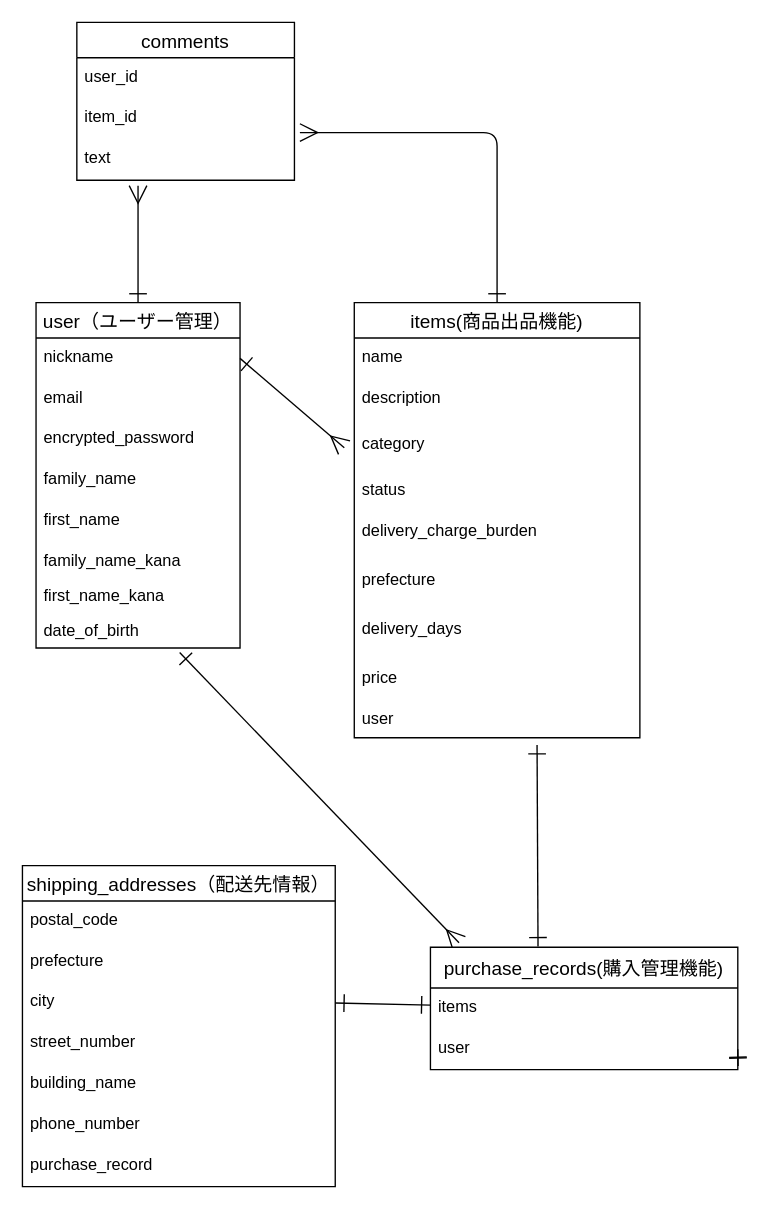
Above: datebase.dio in miho0434/furima-38262 (draw.io), before the change. Source tidied: cells renumbered, new cells numbered last; positions are measured from the earlier drawing's top-left corner, leaving out a move shared by most shapes. Both pictures are drawn from the tidied source at 136%, with x=0, y=0 at pixel (22, 22).
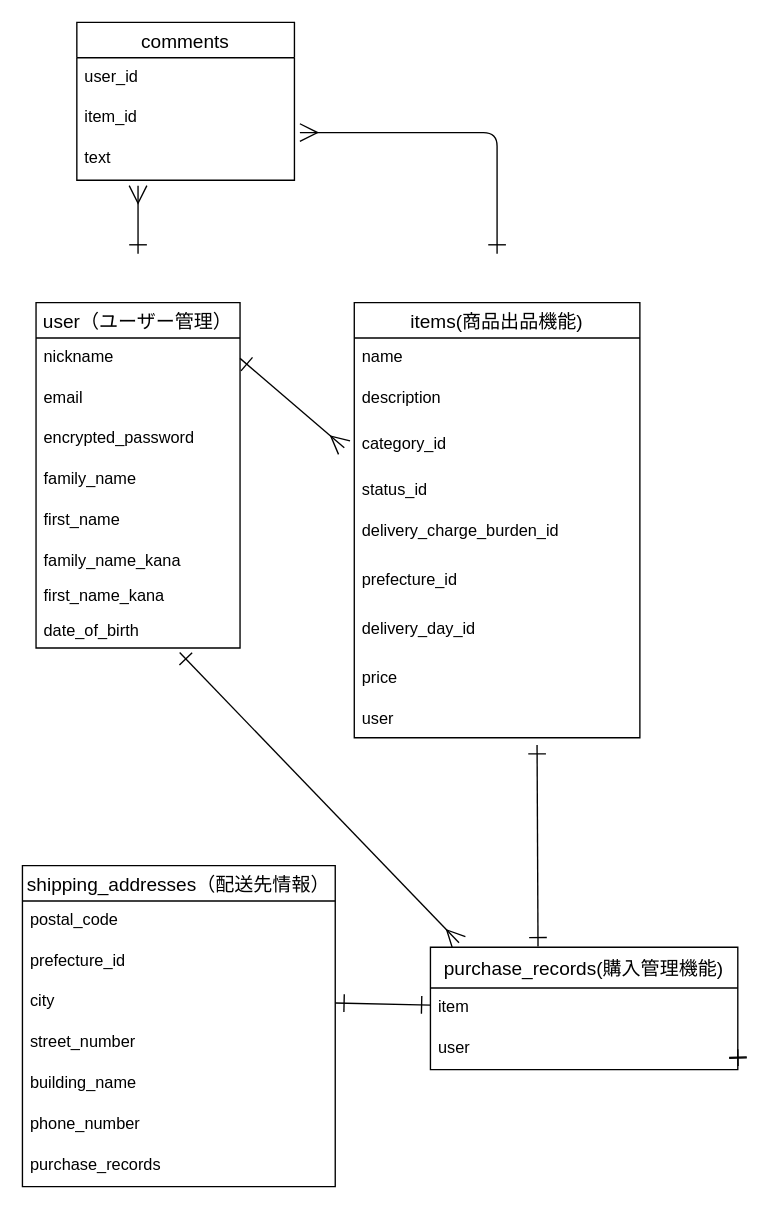
The same page after the edit.

Commit message (it also covers changes not shown here):
DB設計・修正４

Unchanged cells that the change refers to:
```xml
<mxCell id="5" value="user（ユーザー管理）" style="swimlane;fontStyle=0;horizontal=1;startSize=26;align=center;fontSize=14;" parent="1" vertex="1">
  <mxGeometry x="10" y="206" width="150" height="254" as="geometry" />
</mxCell>
<mxCell id="16" value="items(商品出品機能)" style="swimlane;fontStyle=0;horizontal=1;startSize=26;align=center;fontSize=14;" parent="1" vertex="1">
  <mxGeometry x="244" y="206" width="210" height="320" as="geometry" />
</mxCell>
<mxCell id="26" value="purchase_records(購入管理機能)" style="swimlane;fontStyle=0;horizontal=1;startSize=30;align=center;fontSize=14;" parent="1" vertex="1">
  <mxGeometry x="300" y="680" width="226" height="90" as="geometry" />
</mxCell>
<mxCell id="32" value="item_id" style="text;strokeColor=none;fillColor=none;spacingLeft=4;spacingRight=4;overflow=hidden;points=[[0,0.5],[1,0.5]];portConstraint=eastwest;fontSize=12;" parent="30" vertex="1">
  <mxGeometry y="56" width="160" height="30" as="geometry" />
</mxCell>
<mxCell id="34" value="shipping_addresses（配送先情報）" style="swimlane;fontStyle=0;horizontal=1;startSize=26;align=center;fontSize=14;" parent="1" vertex="1">
  <mxGeometry y="620" width="230" height="236" as="geometry" />
</mxCell>
```

What changed in the source:
```diff
@@
-    <mxCell id="3" style="edgeStyle=none;html=1;shadow=0;startArrow=ERone;startFill=0;endArrow=ERmany;endFill=0;startSize=11;endSize=11;" parent="1" edge="1" source="5">
+    <mxCell id="3" style="edgeStyle=none;html=1;shadow=0;startArrow=ERone;startFill=0;endArrow=ERmany;endFill=0;startSize=11;endSize=11;" parent="1" edge="1">
       <mxGeometry relative="1" as="geometry">
+        <mxPoint x="85" y="170" as="sourcePoint" />
         <mxPoint x="85" y="120" as="targetPoint" />
       </mxGeometry>
     </mxCell>
@@
-    <mxCell id="15" style="edgeStyle=none;html=1;entryX=1.025;entryY=0.833;entryDx=0;entryDy=0;entryPerimeter=0;shadow=0;startArrow=ERone;startFill=0;endArrow=ERmany;endFill=0;startSize=11;endSize=11;" parent="1" edge="1" source="16" target="32">
+    <mxCell id="15" style="edgeStyle=none;html=1;entryX=1.025;entryY=0.833;entryDx=0;entryDy=0;entryPerimeter=0;shadow=0;startArrow=ERone;startFill=0;endArrow=ERmany;endFill=0;startSize=11;endSize=11;" parent="1" edge="1" target="32">
       <mxGeometry relative="1" as="geometry">
+        <mxPoint x="349" y="170" as="sourcePoint" />
         <Array as="points">
           <mxPoint x="349" y="81" />
         </Array>
       </mxGeometry>
     </mxCell>
@@
-    <mxCell id="19" value="category" style="text;strokeColor=none;fillColor=none;spacingLeft=4;spacingRight=4;overflow=hidden;points=[[0,0.5],[1,0.5]];portConstraint=eastwest;fontSize=12;" parent="16" vertex="1">
+    <mxCell id="19" value="category_id" style="text;strokeColor=none;fillColor=none;spacingLeft=4;spacingRight=4;overflow=hidden;points=[[0,0.5],[1,0.5]];portConstraint=eastwest;fontSize=12;" parent="16" vertex="1">
       <mxGeometry y="90" width="210" height="34" as="geometry" />
     </mxCell>
-    <mxCell id="20" value="status" style="text;strokeColor=none;fillColor=none;spacingLeft=4;spacingRight=4;overflow=hidden;fontSize=12;" parent="16" vertex="1">
+    <mxCell id="20" value="status_id" style="text;strokeColor=none;fillColor=none;spacingLeft=4;spacingRight=4;overflow=hidden;fontSize=12;" parent="16" vertex="1">
       <mxGeometry y="124" width="210" height="30" as="geometry" />
     </mxCell>
-    <mxCell id="21" value="delivery_charge_burden" style="text;strokeColor=none;fillColor=none;spacingLeft=4;spacingRight=4;overflow=hidden;fontSize=12;" parent="16" vertex="1">
+    <mxCell id="21" value="delivery_charge_burden_id" style="text;strokeColor=none;fillColor=none;spacingLeft=4;spacingRight=4;overflow=hidden;fontSize=12;" parent="16" vertex="1">
       <mxGeometry y="154" width="210" height="36" as="geometry" />
     </mxCell>
-    <mxCell id="22" value="prefecture" style="text;strokeColor=none;fillColor=none;spacingLeft=4;spacingRight=4;overflow=hidden;fontSize=12;" parent="16" vertex="1">
+    <mxCell id="22" value="prefecture_id" style="text;strokeColor=none;fillColor=none;spacingLeft=4;spacingRight=4;overflow=hidden;fontSize=12;" parent="16" vertex="1">
       <mxGeometry y="190" width="210" height="36" as="geometry" />
     </mxCell>
-    <mxCell id="23" value="delivery_days " style="text;strokeColor=none;fillColor=none;spacingLeft=4;spacingRight=4;overflow=hidden;fontSize=12;" parent="16" vertex="1">
+    <mxCell id="23" value="delivery_day_id" style="text;strokeColor=none;fillColor=none;spacingLeft=4;spacingRight=4;overflow=hidden;fontSize=12;" parent="16" vertex="1">
       <mxGeometry y="226" width="210" height="36" as="geometry" />
     </mxCell>
@@
-    <mxCell id="27" value="items&#10;" style="text;strokeColor=none;fillColor=none;spacingLeft=4;spacingRight=4;overflow=hidden;fontSize=12;" parent="26" vertex="1">
+    <mxCell id="27" value="item" style="text;strokeColor=none;fillColor=none;spacingLeft=4;spacingRight=4;overflow=hidden;fontSize=12;" parent="26" vertex="1">
       <mxGeometry y="30" width="226" height="30" as="geometry" />
     </mxCell>
@@
-    <mxCell id="36" value="prefecture" style="text;strokeColor=none;fillColor=none;spacingLeft=4;spacingRight=4;overflow=hidden;fontSize=12;" parent="34" vertex="1">
+    <mxCell id="36" value="prefecture_id" style="text;strokeColor=none;fillColor=none;spacingLeft=4;spacingRight=4;overflow=hidden;fontSize=12;" parent="34" vertex="1">
       <mxGeometry y="56" width="230" height="30" as="geometry" />
     </mxCell>
@@
-    <mxCell id="41" value="purchase_record&#10;" style="text;strokeColor=none;fillColor=none;spacingLeft=4;spacingRight=4;overflow=hidden;fontSize=12;" parent="34" vertex="1">
+    <mxCell id="41" value="purchase_records" style="text;strokeColor=none;fillColor=none;spacingLeft=4;spacingRight=4;overflow=hidden;fontSize=12;" parent="34" vertex="1">
       <mxGeometry y="206" width="230" height="30" as="geometry" />
     </mxCell>
```
